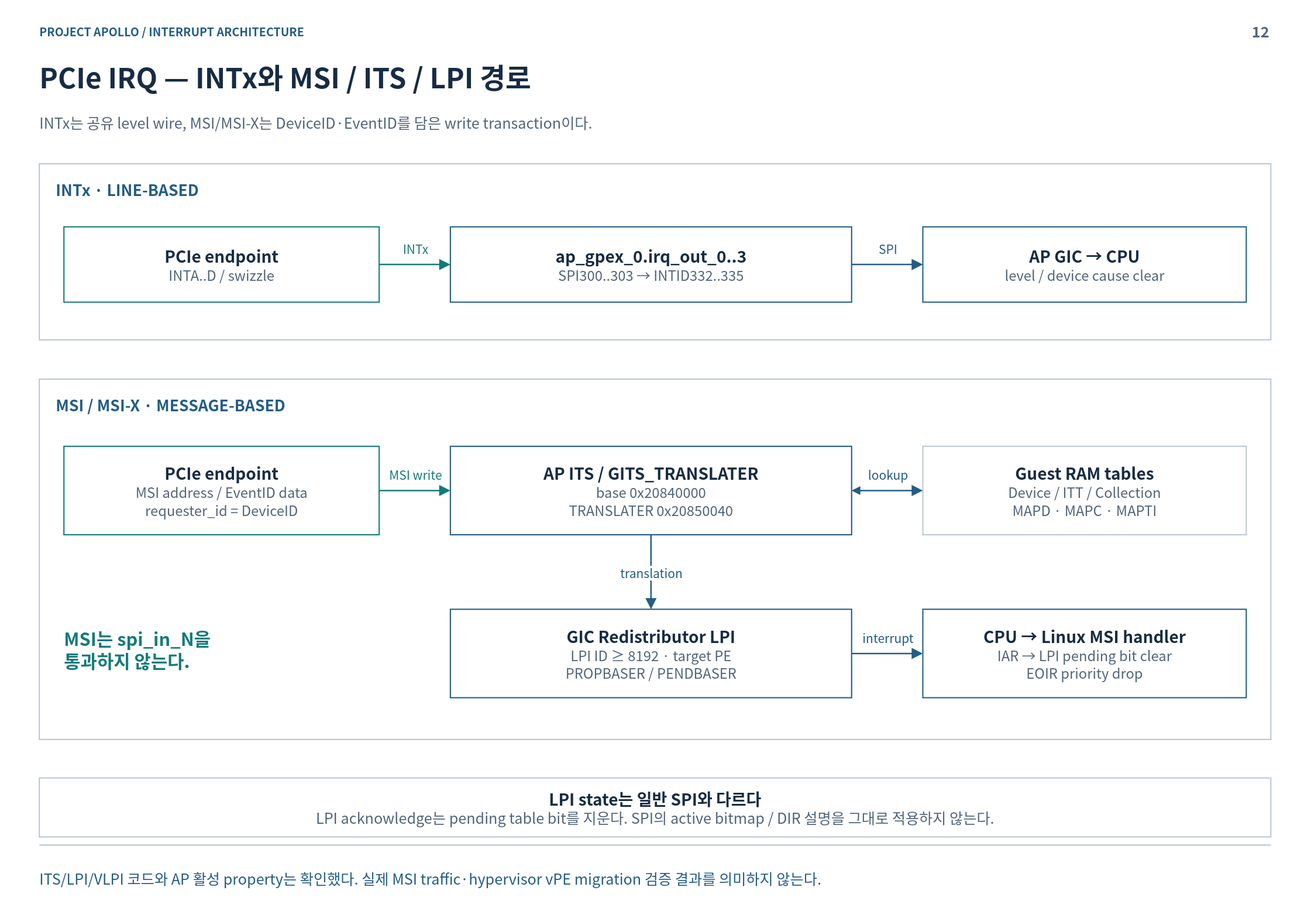
Before: doc/phase1/interrupt/diagrams/12-its.drawio.svg, a diagram exported from draw.io (cometzero/project-apollo). Source tidied: cells renumbered, new cells last; positions are measured from the earlier drawing's top-left corner, leaving out a move shared by most shapes.
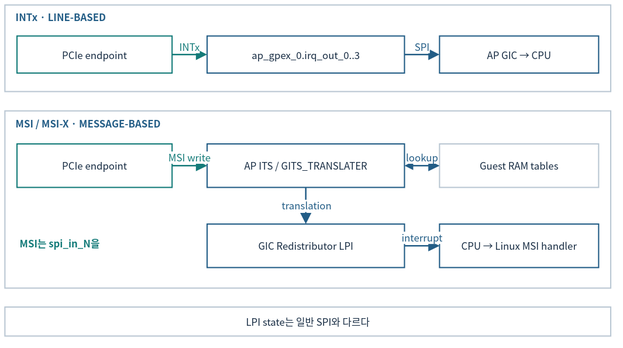
Above is the later version.

Change to the diagram source:
```diff
@@ -2,99 +2,75 @@
   <root>
     <mxCell id="0" />
     <mxCell id="1" parent="0" />
-    <mxCell id="2" style="rounded=0;whiteSpace=wrap;html=1;fillColor=#FFFFFF;strokeColor=none;strokeWidth=1.5;fontColor=#172C43;fontFamily=Noto Sans CJK KR;fontSize=18;spacing=14;" parent="1" vertex="1">
-      <mxGeometry width="1600" height="1120" as="geometry" />
-    </mxCell>
-    <mxCell id="3" value="PROJECT APOLLO  /  INTERRUPT ARCHITECTURE" style="rounded=0;whiteSpace=wrap;html=1;fillColor=#FFFFFF;strokeColor=none;strokeWidth=1.5;fontColor=#172C43;fontFamily=Noto Sans CJK KR;fontSize=18;spacing=14;fillColor=none;align=left;verticalAlign=middle;spacing=0;fontSize=14;fontColor=#235D86;fontStyle=1;" parent="1" vertex="1">
-      <mxGeometry x="48" y="26" width="1400" height="24" as="geometry" />
-    </mxCell>
-    <mxCell id="4" value="12" style="rounded=0;whiteSpace=wrap;html=1;fillColor=#FFFFFF;strokeColor=none;strokeWidth=1.5;fontColor=#172C43;fontFamily=Noto Sans CJK KR;fontSize=18;spacing=14;fillColor=none;align=right;verticalAlign=middle;spacing=0;fontSize=18;fontColor=#52657A;fontStyle=1;" parent="1" vertex="1">
-      <mxGeometry x="1485" y="23" width="65" height="30" as="geometry" />
-    </mxCell>
-    <mxCell id="5" value="PCIe IRQ — INTx와 MSI / ITS / LPI 경로" style="rounded=0;whiteSpace=wrap;html=1;fillColor=#FFFFFF;strokeColor=none;strokeWidth=1.5;fontColor=#172C43;fontFamily=Noto Sans CJK KR;fontSize=18;spacing=14;fillColor=none;align=left;verticalAlign=middle;spacing=0;fontSize=34;fontColor=#172C43;fontStyle=1;" parent="1" vertex="1">
-      <mxGeometry x="48" y="67" width="1504" height="54" as="geometry" />
-    </mxCell>
-    <mxCell id="6" value="INTx는 공유 level wire, MSI/MSI-X는 DeviceID·EventID를 담은 write transaction이다." style="rounded=0;whiteSpace=wrap;html=1;fillColor=#FFFFFF;strokeColor=none;strokeWidth=1.5;fontColor=#172C43;fontFamily=Noto Sans CJK KR;fontSize=18;spacing=14;fillColor=none;align=left;verticalAlign=middle;spacing=0;fontSize=18;fontColor=#52657A;" parent="1" vertex="1">
-      <mxGeometry x="48" y="127" width="1504" height="44" as="geometry" />
-    </mxCell>
-    <mxCell id="7" style="html=1;rounded=0;edgeStyle=none;endArrow=none;endSize=9;strokeColor=#BAC7D3;strokeWidth=1.6;fontColor=#BAC7D3;fontFamily=Noto Sans CJK KR;fontSize=15;labelBackgroundColor=#FFFFFF;" parent="1" edge="1">
-      <mxGeometry relative="1" as="geometry">
-        <mxPoint x="48" y="1032" as="sourcePoint" />
-        <mxPoint x="1552" y="1032" as="targetPoint" />
-      </mxGeometry>
-    </mxCell>
-    <mxCell id="8" value="ITS/LPI/VLPI 코드와 AP 활성 property는 확인했다. 실제 MSI traffic·hypervisor vPE migration 검증 결과를 의미하지 않는다." style="rounded=0;whiteSpace=wrap;html=1;fillColor=#FFFFFF;strokeColor=none;strokeWidth=1.5;fontColor=#172C43;fontFamily=Noto Sans CJK KR;fontSize=18;spacing=14;fillColor=none;align=left;verticalAlign=middle;spacing=0;fontSize=18;fontColor=#235D86;" parent="1" vertex="1">
-      <mxGeometry x="48" y="1046" width="1504" height="52" as="geometry" />
-    </mxCell>
-    <mxCell id="9" style="rounded=0;whiteSpace=wrap;html=1;fillColor=#FFFFFF;strokeColor=#BAC7D3;strokeWidth=1.5;fontColor=#172C43;fontFamily=Noto Sans CJK KR;fontSize=18;spacing=14;" parent="1" vertex="1">
-      <mxGeometry x="48" y="200" width="1504" height="215" as="geometry" />
+    <mxCell id="9" style="rounded=0;whiteSpace=wrap;html=1;fillColor=#FFFFFF;strokeColor=#BAC7D3;strokeWidth=1.5;fontColor=#172C43;fontFamily=Noto Sans CJK KR;fontSize=12;spacing=3;whiteSpace=wrap;" parent="1" vertex="1">
+      <mxGeometry x="12" y="12" width="740" height="105.8" as="geometry" />
     </mxCell>
-    <mxCell id="10" value="INTx  ·  LINE-BASED" style="rounded=0;whiteSpace=wrap;html=1;fillColor=#FFFFFF;strokeColor=none;strokeWidth=1.5;fontColor=#172C43;fontFamily=Noto Sans CJK KR;fontSize=18;spacing=14;fillColor=none;align=left;verticalAlign=middle;spacing=0;fontSize=19;fontColor=#235D86;fontStyle=1;" parent="1" vertex="1">
-      <mxGeometry x="68" y="215" width="1464" height="32" as="geometry" />
+    <mxCell id="10" value="INTx  ·  LINE-BASED" style="rounded=0;whiteSpace=wrap;html=1;fillColor=#FFFFFF;strokeColor=none;strokeWidth=1.5;fontColor=#172C43;fontFamily=Noto Sans CJK KR;fillColor=none;align=left;verticalAlign=middle;fontColor=#235D86;fontStyle=1;fontSize=12;spacing=3;whiteSpace=wrap;" parent="1" vertex="1">
+      <mxGeometry x="21.8" y="19.4" width="720.3" height="15.7" as="geometry" />
     </mxCell>
-    <mxCell id="11" value="&lt;b style=&quot;font-size:20px&quot;&gt;PCIe endpoint&lt;/b&gt;&lt;br&gt;&lt;font color=&quot;#52657A&quot; style=&quot;font-size:17px&quot;&gt;INTA..D / swizzle&lt;/font&gt;" style="rounded=0;whiteSpace=wrap;html=1;fillColor=#FFFFFF;strokeColor=#147B79;strokeWidth=1.5;fontColor=#172C43;fontFamily=Noto Sans CJK KR;fontSize=18;spacing=14;" parent="1" vertex="1">
-      <mxGeometry x="78" y="277" width="385" height="92" as="geometry" />
+    <mxCell id="11" value="PCIe endpoint" style="rounded=0;whiteSpace=wrap;html=1;fillColor=#FFFFFF;strokeColor=#147B79;strokeWidth=1.5;fontColor=#172C43;fontFamily=Noto Sans CJK KR;fontSize=12;spacing=3;whiteSpace=wrap;" parent="1" vertex="1">
+      <mxGeometry x="26.8" y="49.9" width="189.4" height="45.3" as="geometry" />
     </mxCell>
-    <mxCell id="12" value="&lt;b style=&quot;font-size:20px&quot;&gt;ap_gpex_0.irq_out_0..3&lt;/b&gt;&lt;br&gt;&lt;font color=&quot;#52657A&quot; style=&quot;font-size:17px&quot;&gt;SPI300..303 → INTID332..335&lt;/font&gt;" style="rounded=0;whiteSpace=wrap;html=1;fillColor=#FFFFFF;strokeColor=#235D86;strokeWidth=1.5;fontColor=#172C43;fontFamily=Noto Sans CJK KR;fontSize=18;spacing=14;" parent="1" vertex="1">
-      <mxGeometry x="550" y="277" width="490" height="92" as="geometry" />
+    <mxCell id="12" value="ap_gpex_0.irq_out_0..3" style="rounded=0;whiteSpace=wrap;html=1;fillColor=#FFFFFF;strokeColor=#235D86;strokeWidth=1.5;fontColor=#172C43;fontFamily=Noto Sans CJK KR;fontSize=12;spacing=3;whiteSpace=wrap;" parent="1" vertex="1">
+      <mxGeometry x="259" y="49.9" width="241.1" height="45.3" as="geometry" />
     </mxCell>
-    <mxCell id="13" value="&lt;b style=&quot;font-size:20px&quot;&gt;AP GIC → CPU&lt;/b&gt;&lt;br&gt;&lt;font color=&quot;#52657A&quot; style=&quot;font-size:17px&quot;&gt;level / device cause clear&lt;/font&gt;" style="rounded=0;whiteSpace=wrap;html=1;fillColor=#FFFFFF;strokeColor=#235D86;strokeWidth=1.5;fontColor=#172C43;fontFamily=Noto Sans CJK KR;fontSize=18;spacing=14;" parent="1" vertex="1">
-      <mxGeometry x="1127" y="277" width="395" height="92" as="geometry" />
+    <mxCell id="13" value="AP GIC → CPU" style="rounded=0;whiteSpace=wrap;html=1;fillColor=#FFFFFF;strokeColor=#235D86;strokeWidth=1.5;fontColor=#172C43;fontFamily=Noto Sans CJK KR;fontSize=12;spacing=3;whiteSpace=wrap;" parent="1" vertex="1">
+      <mxGeometry x="542.9" y="49.9" width="194.3" height="45.3" as="geometry" />
     </mxCell>
-    <mxCell id="14" value="INTx" style="html=1;whiteSpace=nowrap;rounded=0;edgeStyle=none;endArrow=block;endFill=1;endSize=9;strokeColor=#147B79;strokeWidth=1.8;fontColor=#147B79;fontFamily=Noto Sans CJK KR;fontSize=15;labelBackgroundColor=#FFFFFF;exitX=1;exitY=0.5;exitDx=0;exitDy=0;entryX=0;entryY=0.5;entryDx=0;entryDy=0;" parent="1" edge="1" source="11" target="12">
+    <mxCell id="14" value="INTx" style="html=1;rounded=0;edgeStyle=none;endArrow=block;endFill=1;endSize=9;strokeColor=#147B79;strokeWidth=1.8;fontColor=#147B79;fontFamily=Noto Sans CJK KR;labelBackgroundColor=#FFFFFF;exitX=1;exitY=0.5;exitDx=0;exitDy=0;entryX=0;entryY=0.5;entryDx=0;entryDy=0;fontSize=12;spacing=3;whiteSpace=nowrap;" parent="1" edge="1" source="11" target="12">
       <mxGeometry relative="1" as="geometry">
-        <mxPoint y="-20" as="offset" />
+        <mxPoint y="-9.8" as="offset" />
       </mxGeometry>
     </mxCell>
-    <mxCell id="15" value="SPI" style="html=1;whiteSpace=nowrap;rounded=0;edgeStyle=none;endArrow=block;endFill=1;endSize=9;strokeColor=#235D86;strokeWidth=1.8;fontColor=#235D86;fontFamily=Noto Sans CJK KR;fontSize=15;labelBackgroundColor=#FFFFFF;exitX=1;exitY=0.5;exitDx=0;exitDy=0;entryX=0;entryY=0.5;entryDx=0;entryDy=0;" parent="1" edge="1" source="12" target="13">
+    <mxCell id="15" value="SPI" style="html=1;rounded=0;edgeStyle=none;endArrow=block;endFill=1;endSize=9;strokeColor=#235D86;strokeWidth=1.8;fontColor=#235D86;fontFamily=Noto Sans CJK KR;labelBackgroundColor=#FFFFFF;exitX=1;exitY=0.5;exitDx=0;exitDy=0;entryX=0;entryY=0.5;entryDx=0;entryDy=0;fontSize=12;spacing=3;whiteSpace=nowrap;" parent="1" edge="1" source="12" target="13">
       <mxGeometry relative="1" as="geometry">
-        <mxPoint y="-20" as="offset" />
+        <mxPoint y="-9.8" as="offset" />
       </mxGeometry>
     </mxCell>
-    <mxCell id="16" style="rounded=0;whiteSpace=wrap;html=1;fillColor=#FFFFFF;strokeColor=#BAC7D3;strokeWidth=1.5;fontColor=#172C43;fontFamily=Noto Sans CJK KR;fontSize=18;spacing=14;" parent="1" vertex="1">
-      <mxGeometry x="48" y="463" width="1504" height="440" as="geometry" />
+    <mxCell id="16" style="rounded=0;whiteSpace=wrap;html=1;fillColor=#FFFFFF;strokeColor=#BAC7D3;strokeWidth=1.5;fontColor=#172C43;fontFamily=Noto Sans CJK KR;fontSize=12;spacing=3;whiteSpace=wrap;" parent="1" vertex="1">
+      <mxGeometry x="12" y="141.4" width="740" height="216.5" as="geometry" />
     </mxCell>
-    <mxCell id="17" value="MSI / MSI-X  ·  MESSAGE-BASED" style="rounded=0;whiteSpace=wrap;html=1;fillColor=#FFFFFF;strokeColor=none;strokeWidth=1.5;fontColor=#172C43;fontFamily=Noto Sans CJK KR;fontSize=18;spacing=14;fillColor=none;align=left;verticalAlign=middle;spacing=0;fontSize=19;fontColor=#235D86;fontStyle=1;" parent="1" vertex="1">
-      <mxGeometry x="68" y="478" width="1464" height="32" as="geometry" />
+    <mxCell id="17" value="MSI / MSI-X  ·  MESSAGE-BASED" style="rounded=0;whiteSpace=wrap;html=1;fillColor=#FFFFFF;strokeColor=none;strokeWidth=1.5;fontColor=#172C43;fontFamily=Noto Sans CJK KR;fillColor=none;align=left;verticalAlign=middle;fontColor=#235D86;fontStyle=1;fontSize=12;spacing=3;whiteSpace=wrap;" parent="1" vertex="1">
+      <mxGeometry x="21.8" y="148.8" width="720.3" height="15.7" as="geometry" />
     </mxCell>
-    <mxCell id="18" value="&lt;b style=&quot;font-size:20px&quot;&gt;PCIe endpoint&lt;/b&gt;&lt;br&gt;&lt;font color=&quot;#52657A&quot; style=&quot;font-size:17px&quot;&gt;MSI address / EventID data&lt;br&gt;requester_id = DeviceID&lt;/font&gt;" style="rounded=0;whiteSpace=wrap;html=1;fillColor=#FFFFFF;strokeColor=#147B79;strokeWidth=1.5;fontColor=#172C43;fontFamily=Noto Sans CJK KR;fontSize=18;spacing=14;" parent="1" vertex="1">
-      <mxGeometry x="78" y="545" width="385" height="108" as="geometry" />
+    <mxCell id="18" value="PCIe endpoint" style="rounded=0;whiteSpace=wrap;html=1;fillColor=#FFFFFF;strokeColor=#147B79;strokeWidth=1.5;fontColor=#172C43;fontFamily=Noto Sans CJK KR;fontSize=12;spacing=3;whiteSpace=wrap;" parent="1" vertex="1">
+      <mxGeometry x="26.8" y="181.8" width="189.4" height="53.1" as="geometry" />
     </mxCell>
-    <mxCell id="19" value="&lt;b style=&quot;font-size:20px&quot;&gt;AP ITS / GITS_TRANSLATER&lt;/b&gt;&lt;br&gt;&lt;font color=&quot;#52657A&quot; style=&quot;font-size:17px&quot;&gt;base 0x20840000&lt;br&gt;TRANSLATER 0x20850040&lt;/font&gt;" style="rounded=0;whiteSpace=wrap;html=1;fillColor=#FFFFFF;strokeColor=#235D86;strokeWidth=1.5;fontColor=#172C43;fontFamily=Noto Sans CJK KR;fontSize=18;spacing=14;" parent="1" vertex="1">
-      <mxGeometry x="550" y="545" width="490" height="108" as="geometry" />
+    <mxCell id="19" value="AP ITS / GITS_TRANSLATER" style="rounded=0;whiteSpace=wrap;html=1;fillColor=#FFFFFF;strokeColor=#235D86;strokeWidth=1.5;fontColor=#172C43;fontFamily=Noto Sans CJK KR;fontSize=12;spacing=3;whiteSpace=wrap;" parent="1" vertex="1">
+      <mxGeometry x="259" y="181.8" width="241.1" height="53.1" as="geometry" />
     </mxCell>
-    <mxCell id="20" value="&lt;b style=&quot;font-size:20px&quot;&gt;Guest RAM tables&lt;/b&gt;&lt;br&gt;&lt;font color=&quot;#52657A&quot; style=&quot;font-size:17px&quot;&gt;Device / ITT / Collection&lt;br&gt;MAPD · MAPC · MAPTI&lt;/font&gt;" style="rounded=0;whiteSpace=wrap;html=1;fillColor=#FFFFFF;strokeColor=#BAC7D3;strokeWidth=1.5;fontColor=#172C43;fontFamily=Noto Sans CJK KR;fontSize=18;spacing=14;" parent="1" vertex="1">
-      <mxGeometry x="1127" y="545" width="395" height="108" as="geometry" />
+    <mxCell id="20" value="Guest RAM tables" style="rounded=0;whiteSpace=wrap;html=1;fillColor=#FFFFFF;strokeColor=#BAC7D3;strokeWidth=1.5;fontColor=#172C43;fontFamily=Noto Sans CJK KR;fontSize=12;spacing=3;whiteSpace=wrap;" parent="1" vertex="1">
+      <mxGeometry x="542.9" y="181.8" width="194.3" height="53.1" as="geometry" />
     </mxCell>
-    <mxCell id="21" value="MSI write" style="html=1;whiteSpace=nowrap;rounded=0;edgeStyle=none;endArrow=block;endFill=1;endSize=9;strokeColor=#147B79;strokeWidth=1.8;fontColor=#147B79;fontFamily=Noto Sans CJK KR;fontSize=15;labelBackgroundColor=#FFFFFF;exitX=1;exitY=0.5;exitDx=0;exitDy=0;entryX=0;entryY=0.5;entryDx=0;entryDy=0;" parent="1" edge="1" source="18" target="19">
+    <mxCell id="21" value="MSI write" style="html=1;rounded=0;edgeStyle=none;endArrow=block;endFill=1;endSize=9;strokeColor=#147B79;strokeWidth=1.8;fontColor=#147B79;fontFamily=Noto Sans CJK KR;labelBackgroundColor=#FFFFFF;exitX=1;exitY=0.5;exitDx=0;exitDy=0;entryX=0;entryY=0.5;entryDx=0;entryDy=0;fontSize=12;spacing=3;whiteSpace=nowrap;" parent="1" edge="1" source="18" target="19">
       <mxGeometry relative="1" as="geometry">
-        <mxPoint y="-20" as="offset" />
+        <mxPoint y="-9.8" as="offset" />
       </mxGeometry>
     </mxCell>
-    <mxCell id="22" value="lookup" style="html=1;whiteSpace=nowrap;rounded=0;edgeStyle=none;endArrow=block;endFill=1;endSize=9;strokeColor=#235D86;strokeWidth=1.8;fontColor=#235D86;fontFamily=Noto Sans CJK KR;fontSize=15;labelBackgroundColor=#FFFFFF;exitX=1;exitY=0.5;exitDx=0;exitDy=0;entryX=0;entryY=0.5;entryDx=0;entryDy=0;startArrow=block;startFill=1;" parent="1" edge="1" source="19" target="20">
+    <mxCell id="22" value="lookup" style="html=1;rounded=0;edgeStyle=none;endArrow=block;endFill=1;endSize=9;strokeColor=#235D86;strokeWidth=1.8;fontColor=#235D86;fontFamily=Noto Sans CJK KR;labelBackgroundColor=#FFFFFF;exitX=1;exitY=0.5;exitDx=0;exitDy=0;entryX=0;entryY=0.5;entryDx=0;entryDy=0;startArrow=block;startFill=1;fontSize=12;spacing=3;whiteSpace=nowrap;" parent="1" edge="1" source="19" target="20">
       <mxGeometry relative="1" as="geometry">
-        <mxPoint y="-20" as="offset" />
+        <mxPoint y="-9.8" as="offset" />
       </mxGeometry>
     </mxCell>
-    <mxCell id="23" value="&lt;b style=&quot;font-size:20px&quot;&gt;GIC Redistributor LPI&lt;/b&gt;&lt;br&gt;&lt;font color=&quot;#52657A&quot; style=&quot;font-size:17px&quot;&gt;LPI ID ≥ 8192 · target PE&lt;br&gt;PROPBASER / PENDBASER&lt;/font&gt;" style="rounded=0;whiteSpace=wrap;html=1;fillColor=#FFFFFF;strokeColor=#235D86;strokeWidth=1.5;fontColor=#172C43;fontFamily=Noto Sans CJK KR;fontSize=18;spacing=14;" parent="1" vertex="1">
-      <mxGeometry x="550" y="744" width="490" height="108" as="geometry" />
+    <mxCell id="23" value="GIC Redistributor LPI" style="rounded=0;whiteSpace=wrap;html=1;fillColor=#FFFFFF;strokeColor=#235D86;strokeWidth=1.5;fontColor=#172C43;fontFamily=Noto Sans CJK KR;fontSize=12;spacing=3;whiteSpace=wrap;" parent="1" vertex="1">
+      <mxGeometry x="259" y="279.7" width="241.1" height="53.1" as="geometry" />
     </mxCell>
-    <mxCell id="24" value="&lt;b style=&quot;font-size:20px&quot;&gt;CPU → Linux MSI handler&lt;/b&gt;&lt;br&gt;&lt;font color=&quot;#52657A&quot; style=&quot;font-size:17px&quot;&gt;IAR → LPI pending bit clear&lt;br&gt;EOIR priority drop&lt;/font&gt;" style="rounded=0;whiteSpace=wrap;html=1;fillColor=#FFFFFF;strokeColor=#235D86;strokeWidth=1.5;fontColor=#172C43;fontFamily=Noto Sans CJK KR;fontSize=18;spacing=14;" parent="1" vertex="1">
-      <mxGeometry x="1127" y="744" width="395" height="108" as="geometry" />
+    <mxCell id="24" value="CPU → Linux MSI handler" style="rounded=0;whiteSpace=wrap;html=1;fillColor=#FFFFFF;strokeColor=#235D86;strokeWidth=1.5;fontColor=#172C43;fontFamily=Noto Sans CJK KR;fontSize=12;spacing=3;whiteSpace=wrap;" parent="1" vertex="1">
+      <mxGeometry x="542.9" y="279.7" width="194.3" height="53.1" as="geometry" />
     </mxCell>
-    <mxCell id="25" value="translation" style="html=1;whiteSpace=nowrap;rounded=0;edgeStyle=none;endArrow=block;endFill=1;endSize=9;strokeColor=#235D86;strokeWidth=1.8;fontColor=#235D86;fontFamily=Noto Sans CJK KR;fontSize=15;labelBackgroundColor=#FFFFFF;exitX=0.5;exitY=1;exitDx=0;exitDy=0;entryX=0.5;entryY=0;entryDx=0;entryDy=0;" parent="1" edge="1" source="19" target="23">
+    <mxCell id="25" value="translation" style="html=1;rounded=0;edgeStyle=none;endArrow=block;endFill=1;endSize=9;strokeColor=#235D86;strokeWidth=1.8;fontColor=#235D86;fontFamily=Noto Sans CJK KR;labelBackgroundColor=#FFFFFF;exitX=0.5;exitY=1;exitDx=0;exitDy=0;entryX=0.5;entryY=0;entryDx=0;entryDy=0;fontSize=12;spacing=3;whiteSpace=nowrap;" parent="1" edge="1" source="19" target="23">
       <mxGeometry relative="1" as="geometry" />
     </mxCell>
-    <mxCell id="26" value="interrupt" style="html=1;whiteSpace=nowrap;rounded=0;edgeStyle=none;endArrow=block;endFill=1;endSize=9;strokeColor=#235D86;strokeWidth=1.8;fontColor=#235D86;fontFamily=Noto Sans CJK KR;fontSize=15;labelBackgroundColor=#FFFFFF;exitX=1;exitY=0.5;exitDx=0;exitDy=0;entryX=0;entryY=0.5;entryDx=0;entryDy=0;" parent="1" edge="1" source="23" target="24">
+    <mxCell id="26" value="interrupt" style="html=1;rounded=0;edgeStyle=none;endArrow=block;endFill=1;endSize=9;strokeColor=#235D86;strokeWidth=1.8;fontColor=#235D86;fontFamily=Noto Sans CJK KR;labelBackgroundColor=#FFFFFF;exitX=1;exitY=0.5;exitDx=0;exitDy=0;entryX=0;entryY=0.5;entryDx=0;entryDy=0;fontSize=12;spacing=3;whiteSpace=nowrap;" parent="1" edge="1" source="23" target="24">
       <mxGeometry relative="1" as="geometry">
-        <mxPoint y="-20" as="offset" />
+        <mxPoint y="-9.8" as="offset" />
       </mxGeometry>
     </mxCell>
-    <mxCell id="27" value="MSI는 spi_in_N을&lt;br&gt;통과하지 않는다." style="rounded=0;whiteSpace=wrap;html=1;fillColor=#FFFFFF;strokeColor=none;strokeWidth=1.5;fontColor=#172C43;fontFamily=Noto Sans CJK KR;fontSize=18;spacing=14;fillColor=none;align=left;verticalAlign=middle;spacing=0;fontSize=22;fontColor=#147B79;fontStyle=1;" parent="1" vertex="1">
-      <mxGeometry x="78" y="752" width="385" height="80" as="geometry" />
+    <mxCell id="27" value="MSI는 spi_in_N을" style="rounded=0;whiteSpace=wrap;html=1;fillColor=#FFFFFF;strokeColor=none;strokeWidth=1.5;fontColor=#172C43;fontFamily=Noto Sans CJK KR;fillColor=none;align=left;verticalAlign=middle;fontColor=#147B79;fontStyle=1;fontSize=12;spacing=3;whiteSpace=wrap;" parent="1" vertex="1">
+      <mxGeometry x="26.8" y="283.6" width="189.4" height="39.4" as="geometry" />
     </mxCell>
-    <mxCell id="28" value="&lt;b style=&quot;font-size:20px&quot;&gt;LPI state는 일반 SPI와 다르다&lt;/b&gt;&lt;br&gt;&lt;font color=&quot;#52657A&quot; style=&quot;font-size:18px&quot;&gt;LPI acknowledge는 pending table bit를 지운다. SPI의 active bitmap / DIR 설명을 그대로 적용하지 않는다.&lt;/font&gt;" style="rounded=0;whiteSpace=wrap;html=1;fillColor=#FFFFFF;strokeColor=#BAC7D3;strokeWidth=1.5;fontColor=#172C43;fontFamily=Noto Sans CJK KR;fontSize=18;spacing=14;" parent="1" vertex="1">
-      <mxGeometry x="48" y="950" width="1504" height="72" as="geometry" />
+    <mxCell id="28" value="LPI state는 일반 SPI와 다르다" style="rounded=0;whiteSpace=wrap;html=1;fillColor=#FFFFFF;strokeColor=#BAC7D3;strokeWidth=1.5;fontColor=#172C43;fontFamily=Noto Sans CJK KR;fontSize=12;spacing=3;whiteSpace=wrap;" parent="1" vertex="1">
+      <mxGeometry x="12" y="381" width="740" height="35.4" as="geometry" />
     </mxCell>
   </root>
 </mxGraphModel>
```
